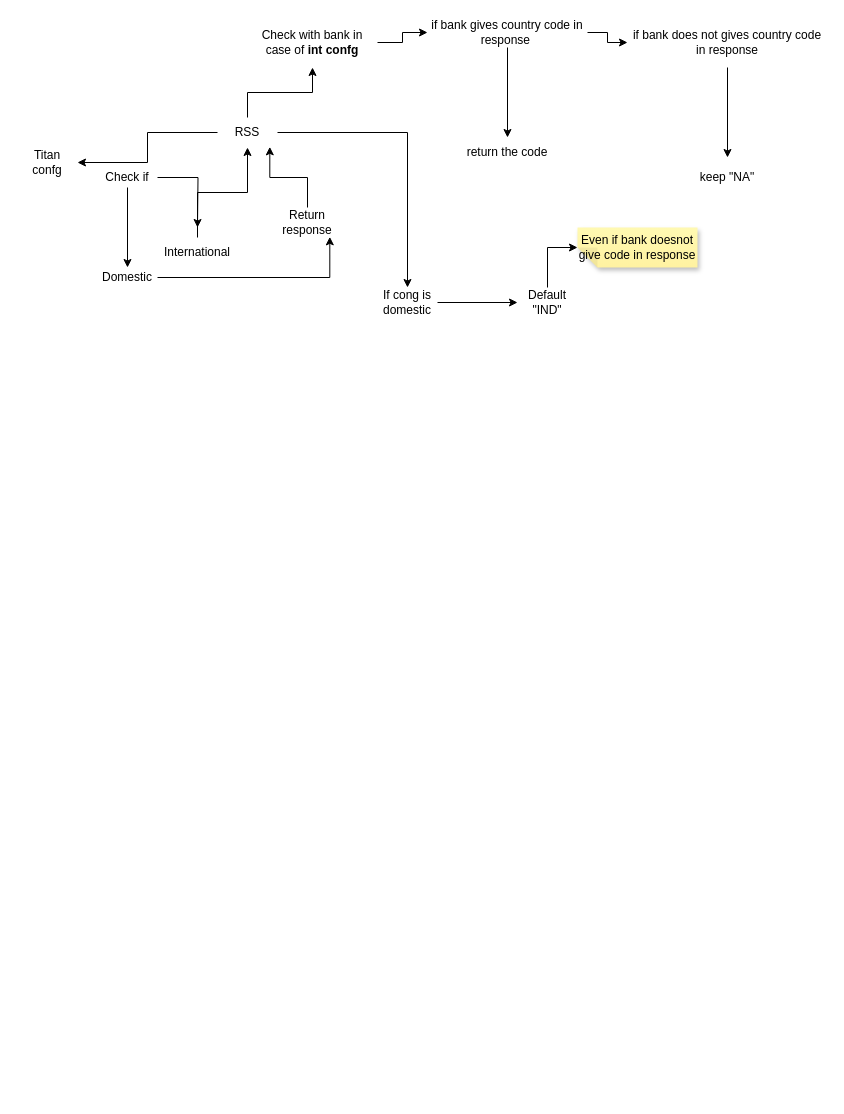
This is countrycode.drawio from Mitalijadhav149/Console-decoupling, a draw.io file, before an edit. Source tidied: cells renumbered, new cells numbered last; positions are measured from the earlier drawing's top-left corner, leaving out a move shared by most shapes. Both pictures are drawn from the tidied source at 100%, with x=0, y=0 at pixel (17, 17).
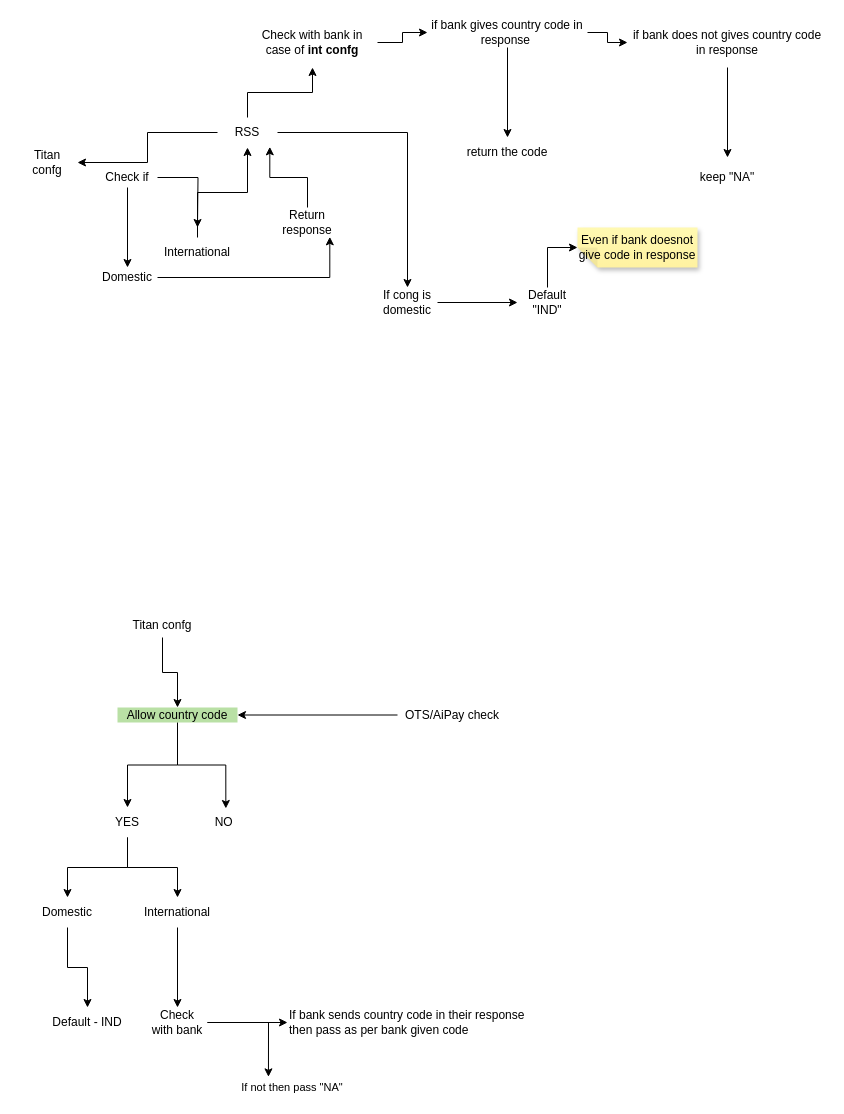
The same page after the edit.

The edit, as a diff of the source:
```diff
@@
+    <mxCell id="30" style="edgeStyle=orthogonalEdgeStyle;rounded=0;jettySize=auto;html=1;" parent="1" edge="1" source="31" target="34">
+      <mxGeometry relative="1" as="geometry" />
+    </mxCell>
+    <mxCell id="31" value="Titan confg" style="text;html=1;whiteSpace=wrap;strokeColor=none;fillColor=none;align=center;verticalAlign=middle;rounded=0;" parent="1" vertex="1">
+      <mxGeometry x="100" y="595" width="90" height="25" as="geometry" />
+    </mxCell>
+    <mxCell id="32" style="edgeStyle=orthogonalEdgeStyle;rounded=0;jettySize=auto;html=1;entryX=0.5;entryY=0;entryDx=0;entryDy=0;" parent="1" edge="1" source="34" target="38">
+      <mxGeometry relative="1" as="geometry" />
+    </mxCell>
+    <mxCell id="33" style="edgeStyle=orthogonalEdgeStyle;rounded=0;jettySize=auto;html=1;entryX=0.639;entryY=0.033;entryDx=0;entryDy=0;entryPerimeter=0;" parent="1" edge="1" source="34" target="35">
+      <mxGeometry relative="1" as="geometry" />
+    </mxCell>
+    <mxCell id="34" value="Allow country code" style="text;html=1;whiteSpace=wrap;strokeColor=none;fillColor=#B9E0A5;align=center;verticalAlign=middle;rounded=0;" parent="1" vertex="1">
+      <mxGeometry x="100" y="690" width="120" height="15" as="geometry" />
+    </mxCell>
+    <mxCell id="35" value="&amp;nbsp; &amp;nbsp; NO" style="text;html=1;whiteSpace=wrap;strokeColor=none;fillColor=none;align=center;verticalAlign=middle;rounded=0;" parent="1" vertex="1">
+      <mxGeometry x="170" y="790" width="60" height="30" as="geometry" />
+    </mxCell>
+    <mxCell id="36" style="edgeStyle=orthogonalEdgeStyle;rounded=0;jettySize=auto;html=1;" parent="1" edge="1" source="38" target="42">
+      <mxGeometry relative="1" as="geometry" />
+    </mxCell>
+    <mxCell id="37" style="edgeStyle=orthogonalEdgeStyle;rounded=0;jettySize=auto;html=1;entryX=0.5;entryY=0;entryDx=0;entryDy=0;" parent="1" edge="1" source="38" target="44">
+      <mxGeometry relative="1" as="geometry" />
+    </mxCell>
+    <mxCell id="38" value="YES" style="text;html=1;whiteSpace=wrap;strokeColor=none;fillColor=none;align=center;verticalAlign=middle;rounded=0;" parent="1" vertex="1">
+      <mxGeometry x="80" y="790" width="60" height="30" as="geometry" />
+    </mxCell>
+    <mxCell id="39" style="edgeStyle=orthogonalEdgeStyle;rounded=0;jettySize=auto;html=1;entryX=1;entryY=0.5;entryDx=0;entryDy=0;" parent="1" edge="1" source="40" target="34">
+      <mxGeometry relative="1" as="geometry" />
+    </mxCell>
+    <mxCell id="40" value="OTS/AiPay check" style="text;html=1;whiteSpace=wrap;strokeColor=none;fillColor=none;align=center;verticalAlign=middle;rounded=0;" parent="1" vertex="1">
+      <mxGeometry x="380" y="687.5" width="110" height="20" as="geometry" />
+    </mxCell>
+    <mxCell id="41" style="edgeStyle=orthogonalEdgeStyle;rounded=0;jettySize=auto;html=1;" parent="1" edge="1" source="42" target="45">
+      <mxGeometry relative="1" as="geometry" />
+    </mxCell>
+    <mxCell id="42" value="Domestic" style="text;html=1;whiteSpace=wrap;strokeColor=none;fillColor=none;align=center;verticalAlign=middle;rounded=0;" parent="1" vertex="1">
+      <mxGeometry x="20" y="880" width="60" height="30" as="geometry" />
+    </mxCell>
+    <mxCell id="43" style="edgeStyle=orthogonalEdgeStyle;rounded=0;jettySize=auto;html=1;" parent="1" edge="1" source="44" target="48">
+      <mxGeometry relative="1" as="geometry" />
+    </mxCell>
+    <mxCell id="44" value="International" style="text;html=1;whiteSpace=wrap;strokeColor=none;fillColor=none;align=center;verticalAlign=middle;rounded=0;" parent="1" vertex="1">
+      <mxGeometry x="130" y="880" width="60" height="30" as="geometry" />
+    </mxCell>
+    <mxCell id="45" value="Default - IND" style="text;html=1;whiteSpace=wrap;strokeColor=none;fillColor=none;align=center;verticalAlign=middle;rounded=0;" parent="1" vertex="1">
+      <mxGeometry x="20" y="990" width="100" height="30" as="geometry" />
+    </mxCell>
+    <mxCell id="46" style="edgeStyle=orthogonalEdgeStyle;rounded=0;jettySize=auto;html=1;" parent="1" edge="1" source="48" target="49">
+      <mxGeometry relative="1" as="geometry" />
+    </mxCell>
+    <mxCell id="47" style="edgeStyle=orthogonalEdgeStyle;rounded=0;jettySize=auto;html=1;entryX=0.315;entryY=-0.033;entryDx=0;entryDy=0;entryPerimeter=0;" parent="1" edge="1" source="48" target="50">
+      <mxGeometry relative="1" as="geometry" />
+    </mxCell>
+    <mxCell id="48" value="Check with bank" style="text;html=1;whiteSpace=wrap;strokeColor=none;fillColor=none;align=center;verticalAlign=middle;rounded=0;" parent="1" vertex="1">
+      <mxGeometry x="130" y="990" width="60" height="30" as="geometry" />
+    </mxCell>
+    <mxCell id="49" value="If bank sends country code in their response then pass as per bank given code&amp;nbsp;" style="text;html=1;whiteSpace=wrap;strokeColor=none;fillColor=none;align=left;verticalAlign=middle;rounded=0;" parent="1" vertex="1">
+      <mxGeometry x="270" y="990" width="250" height="30" as="geometry" />
+    </mxCell>
+    <mxCell id="50" value="&lt;span style=&quot;font-size: 11px; text-wrap-mode: nowrap; background-color: rgb(255, 255, 255);&quot;&gt;If not then pass &quot;NA&quot;&lt;/span&gt;" style="text;html=1;whiteSpace=wrap;strokeColor=none;fillColor=none;align=center;verticalAlign=middle;rounded=0;" parent="1" vertex="1">
+      <mxGeometry x="210" y="1060" width="130" height="20" as="geometry" />
+    </mxCell>
```
